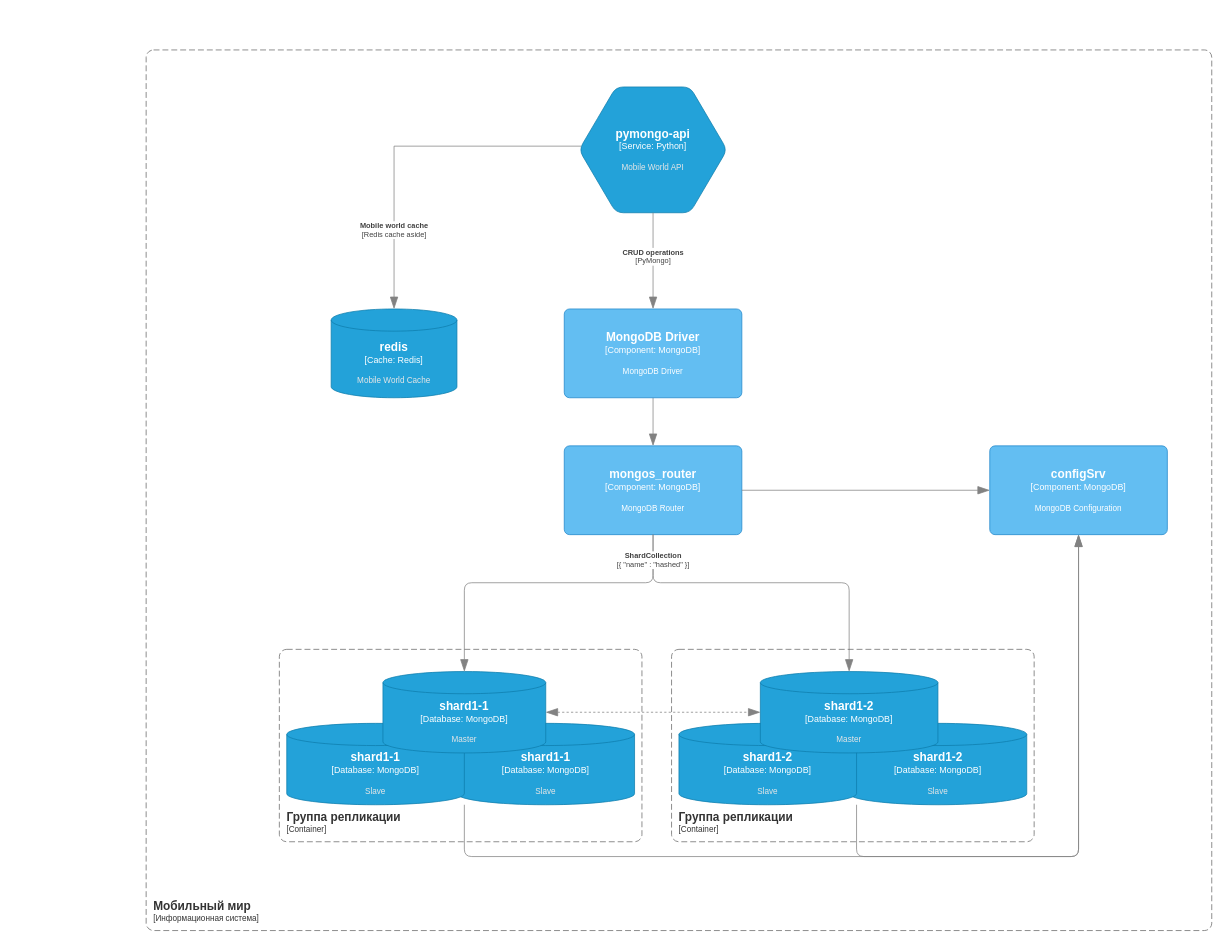
Above: page "[3] Sharding + Replication+Cache" (1 of 4) of docs/sprint4.drawio in Porokhnin/architecture-pro-black_friday (draw.io), before the change. Source tidied: cells renumbered, new cells numbered last; positions are measured from the earlier drawing's top-left corner, leaving out a move shared by most shapes. Both pictures are drawn from the tidied source at 74%, with x=0, y=0 at pixel (146, 50).
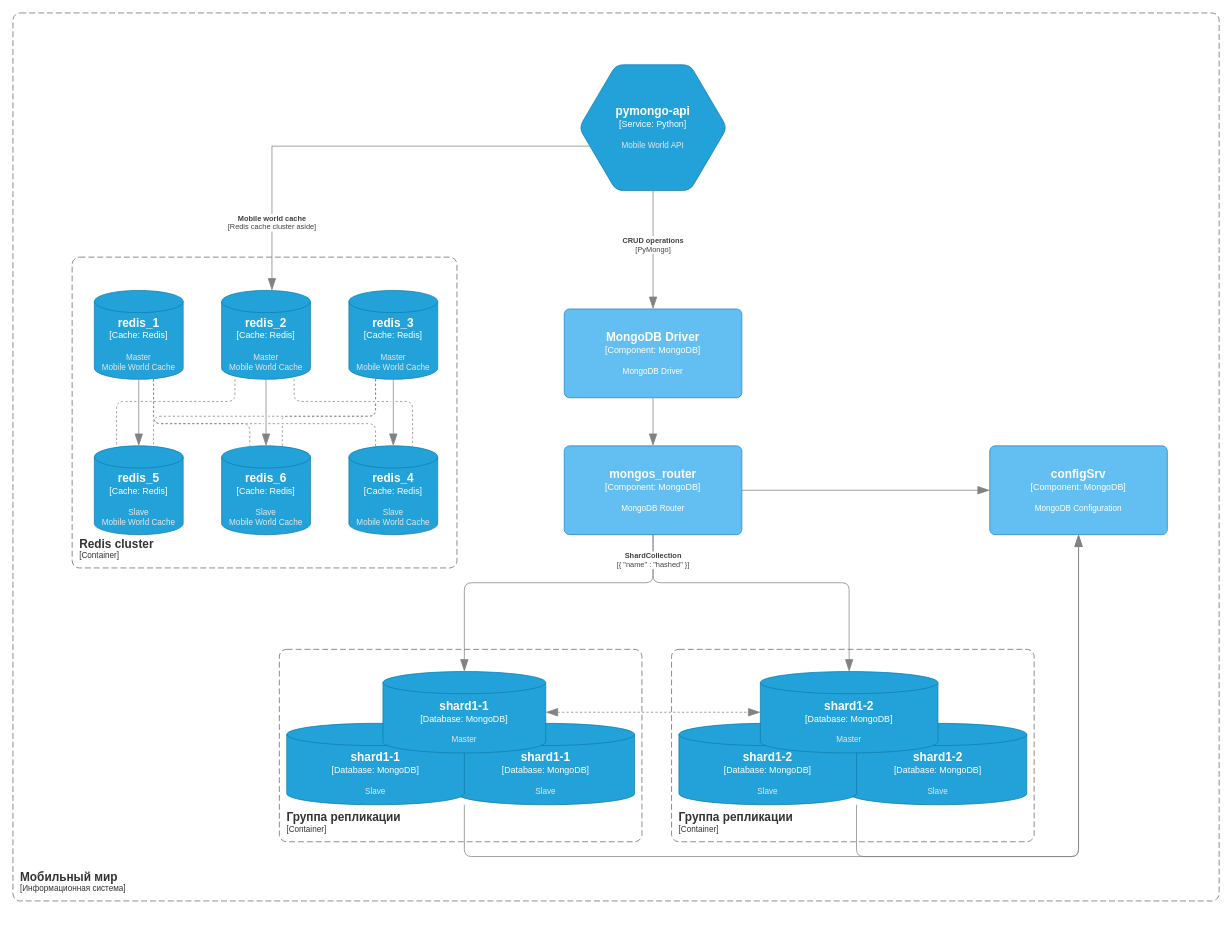
After the change.

Commit message:
Задание 4. Кеширование. Доработки отображения кластера

The edit, as a diff of the source:
```diff
@@
     <object id="2" label="&lt;font style=&quot;font-size: 16px&quot;&gt;&lt;b&gt;&lt;div style=&quot;text-align: left&quot;&gt;%c4Name%&lt;/div&gt;&lt;/b&gt;&lt;/font&gt;&lt;div style=&quot;text-align: left&quot;&gt;[%c4Application%]&lt;/div&gt;" c4Application="Информационная система" c4Name="Мобильный мир" placeholders="1">
       <mxCell style="rounded=1;fontSize=11;whiteSpace=wrap;html=1;dashed=1;arcSize=20;fillColor=none;strokeColor=#666666;fontColor=#333333;labelBackgroundColor=none;align=left;verticalAlign=bottom;labelBorderColor=none;spacingTop=0;spacing=10;dashPattern=8 4;perimeter=rectanglePerimeter;noLabel=0;labelPadding=0;absoluteArcSize=1;" parent="1" vertex="1">
-        <mxGeometry width="1440" height="1190" as="geometry" />
+        <mxGeometry x="-180" y="-50" width="1630" height="1200" as="geometry" />
       </mxCell>
     </object>
     <object id="3" label="&lt;font style=&quot;font-size: 16px&quot;&gt;&lt;b&gt;%c4Name%&lt;/b&gt;&lt;/font&gt;&lt;div&gt;[%c4Type%:&amp;nbsp;%c4Technology%]&lt;/div&gt;&lt;br&gt;&lt;div&gt;&lt;font style=&quot;font-size: 11px&quot;&gt;&lt;font color=&quot;#E6E6E6&quot;&gt;%c4Description%&lt;/font&gt;&lt;/div&gt;" c4Description="Mobile World API" c4Name="pymongo-api" c4Technology="Python" c4Type="Service" placeholders="1">
       <mxCell style="shape=hexagon;size=50;perimeter=hexagonPerimeter2;whiteSpace=wrap;html=1;fixedSize=1;rounded=1;labelBackgroundColor=none;fillColor=#23A2D9;fontSize=12;fontColor=#ffffff;align=center;strokeColor=#0E7DAD;points=[[0.5,0,0],[1,0.25,0],[1,0.5,0],[1,0.75,0],[0.5,1,0],[0,0.75,0],[0,0.5,0],[0,0.25,0]];" parent="1" vertex="1">
-        <mxGeometry x="585" y="50" width="200" height="170" as="geometry" />
+        <mxGeometry x="585" y="20" width="200" height="170" as="geometry" />
       </mxCell>
     </object>
@@
-    <object id="22" label="&lt;div style=&quot;text-align: left&quot;&gt;&lt;div style=&quot;text-align: center&quot;&gt;&lt;b&gt;%c4Description%&lt;/b&gt;&lt;/div&gt;&lt;div style=&quot;text-align: center&quot;&gt;[%c4Technology%]&lt;/div&gt;&lt;/div&gt;" c4Description="Mobile world cache" c4Technology="Redis cache aside" placeholders="1">
-      <mxCell style="endArrow=blockThin;html=1;fontSize=10;fontColor=#404040;strokeWidth=1;endFill=1;strokeColor=#828282;elbow=vertical;endSize=14;startSize=14;jumpStyle=arc;jumpSize=16;rounded=0;edgeStyle=orthogonalEdgeStyle;" parent="1" edge="1" source="3" target="23">
-        <mxGeometry x="0.55" relative="1" as="geometry">
-          <Array as="points">
-            <mxPoint x="335" y="130" />
-          </Array>
-          <mxPoint y="-1" as="offset" />
-        </mxGeometry>
-      </mxCell>
-    </object>
-    <object id="23" label="&lt;font style=&quot;font-size: 16px&quot;&gt;&lt;b&gt;%c4Name%&lt;/b&gt;&lt;/font&gt;&lt;div&gt;[%c4Type%:&amp;nbsp;%c4Technology%]&lt;/div&gt;&lt;br&gt;&lt;div&gt;&lt;font style=&quot;font-size: 11px&quot;&gt;&lt;font color=&quot;#E6E6E6&quot;&gt;%c4Description%&lt;/font&gt;&lt;/div&gt;" c4Description="Mobile World Cache" c4Name="redis" c4Technology="Redis" c4Type="Cache" placeholders="1">
+    <object id="23" label="&lt;font style=&quot;font-size: 16px&quot;&gt;&lt;b&gt;%c4Name%&lt;/b&gt;&lt;/font&gt;&lt;div&gt;[%c4Type%:&amp;nbsp;%c4Technology%]&lt;/div&gt;&lt;br&gt;&lt;div&gt;&lt;font style=&quot;font-size: 11px&quot;&gt;&lt;font color=&quot;#E6E6E6&quot;&gt;%c4Description%&lt;/font&gt;&lt;/div&gt;" c4Description="Master&#10;Mobile World Cache" c4Name="redis_1" c4Technology="Redis" c4Type="Cache" placeholders="1">
       <mxCell style="shape=cylinder3;size=15;whiteSpace=wrap;html=1;boundedLbl=1;rounded=0;labelBackgroundColor=none;fillColor=#23A2D9;fontSize=12;fontColor=#ffffff;align=center;strokeColor=#0E7DAD;points=[[0.5,0,0],[1,0.25,0],[1,0.5,0],[1,0.75,0],[0.5,1,0],[0,0.75,0],[0,0.5,0],[0,0.25,0]];" parent="1" vertex="1">
-        <mxGeometry x="250" y="350" width="170" height="120" as="geometry" />
+        <mxGeometry x="-70" y="325" width="120" height="120" as="geometry" />
       </mxCell>
     </object>
@@
+    <object id="27" label="&lt;font style=&quot;font-size: 16px&quot;&gt;&lt;b&gt;%c4Name%&lt;/b&gt;&lt;/font&gt;&lt;div&gt;[%c4Type%:&amp;nbsp;%c4Technology%]&lt;/div&gt;&lt;br&gt;&lt;div&gt;&lt;font style=&quot;font-size: 11px&quot;&gt;&lt;font color=&quot;#E6E6E6&quot;&gt;%c4Description%&lt;/font&gt;&lt;/div&gt;" c4Description="Master&#10;Mobile World Cache" c4Name="redis_3" c4Technology="Redis" c4Type="Cache" placeholders="1">
+      <mxCell style="shape=cylinder3;size=15;whiteSpace=wrap;html=1;boundedLbl=1;rounded=0;labelBackgroundColor=none;fillColor=#23A2D9;fontSize=12;fontColor=#ffffff;align=center;strokeColor=#0E7DAD;points=[[0.5,0,0],[1,0.25,0],[1,0.5,0],[1,0.75,0],[0.5,1,0],[0,0.75,0],[0,0.5,0],[0,0.25,0]];" parent="1" vertex="1">
+        <mxGeometry x="274" y="325" width="120" height="120" as="geometry" />
+      </mxCell>
+    </object>
+    <object id="28" label="&lt;font style=&quot;font-size: 16px&quot;&gt;&lt;b&gt;%c4Name%&lt;/b&gt;&lt;/font&gt;&lt;div&gt;[%c4Type%:&amp;nbsp;%c4Technology%]&lt;/div&gt;&lt;br&gt;&lt;div&gt;&lt;font style=&quot;font-size: 11px&quot;&gt;&lt;font color=&quot;#E6E6E6&quot;&gt;%c4Description%&lt;/font&gt;&lt;/div&gt;" c4Description="Master&#10;Mobile World Cache" c4Name="redis_2" c4Technology="Redis" c4Type="Cache" placeholders="1">
+      <mxCell style="shape=cylinder3;size=15;whiteSpace=wrap;html=1;boundedLbl=1;rounded=0;labelBackgroundColor=none;fillColor=#23A2D9;fontSize=12;fontColor=#ffffff;align=center;strokeColor=#0E7DAD;points=[[0.5,0,0],[1,0.25,0],[1,0.5,0],[1,0.75,0],[0.5,1,0],[0,0.75,0],[0,0.5,0],[0,0.25,0]];" parent="1" vertex="1">
+        <mxGeometry x="102" y="325" width="120" height="120" as="geometry" />
+      </mxCell>
+    </object>
+    <object id="22" label="&lt;div style=&quot;text-align: left&quot;&gt;&lt;div style=&quot;text-align: center&quot;&gt;&lt;b&gt;%c4Description%&lt;/b&gt;&lt;/div&gt;&lt;div style=&quot;text-align: center&quot;&gt;[%c4Technology%]&lt;/div&gt;&lt;/div&gt;" c4Description="Mobile world cache" c4Technology="Redis cache cluster aside" placeholders="1">
+      <mxCell style="endArrow=blockThin;html=1;fontSize=10;fontColor=#404040;strokeWidth=1;endFill=1;strokeColor=#828282;elbow=vertical;endSize=14;startSize=14;jumpStyle=arc;jumpSize=16;rounded=0;edgeStyle=orthogonalEdgeStyle;" parent="1" edge="1" source="3" target="28">
+        <mxGeometry x="0.71" relative="1" as="geometry">
+          <Array as="points">
+            <mxPoint x="170" y="130" />
+          </Array>
+          <mxPoint y="-1" as="offset" />
+        </mxGeometry>
+      </mxCell>
+    </object>
+    <object id="29" label="&lt;font style=&quot;font-size: 16px&quot;&gt;&lt;b&gt;%c4Name%&lt;/b&gt;&lt;/font&gt;&lt;div&gt;[%c4Type%:&amp;nbsp;%c4Technology%]&lt;/div&gt;&lt;br&gt;&lt;div&gt;&lt;font style=&quot;font-size: 11px&quot;&gt;&lt;font color=&quot;#E6E6E6&quot;&gt;%c4Description%&lt;/font&gt;&lt;/div&gt;" c4Description="Slave&#10;Mobile World Cache" c4Name="redis_5" c4Technology="Redis" c4Type="Cache" placeholders="1">
+      <mxCell style="shape=cylinder3;size=15;whiteSpace=wrap;html=1;boundedLbl=1;rounded=0;labelBackgroundColor=none;fillColor=#23A2D9;fontSize=12;fontColor=#ffffff;align=center;strokeColor=#0E7DAD;points=[[0.5,0,0],[1,0.25,0],[1,0.5,0],[1,0.75,0],[0.5,1,0],[0,0.75,0],[0,0.5,0],[0,0.25,0]];" parent="1" vertex="1">
+        <mxGeometry x="-70" y="535" width="120" height="120" as="geometry" />
+      </mxCell>
+    </object>
+    <object id="30" label="&lt;font style=&quot;font-size: 16px&quot;&gt;&lt;b&gt;%c4Name%&lt;/b&gt;&lt;/font&gt;&lt;div&gt;[%c4Type%:&amp;nbsp;%c4Technology%]&lt;/div&gt;&lt;br&gt;&lt;div&gt;&lt;font style=&quot;font-size: 11px&quot;&gt;&lt;font color=&quot;#E6E6E6&quot;&gt;%c4Description%&lt;/font&gt;&lt;/div&gt;" c4Description="Slave&#10;Mobile World Cache" c4Name="redis_6" c4Technology="Redis" c4Type="Cache" placeholders="1">
+      <mxCell style="shape=cylinder3;size=15;whiteSpace=wrap;html=1;boundedLbl=1;rounded=0;labelBackgroundColor=none;fillColor=#23A2D9;fontSize=12;fontColor=#ffffff;align=center;strokeColor=#0E7DAD;points=[[0.5,0,0],[1,0.25,0],[1,0.5,0],[1,0.75,0],[0.5,1,0],[0,0.75,0],[0,0.5,0],[0,0.25,0]];" parent="1" vertex="1">
+        <mxGeometry x="102" y="535" width="120" height="120" as="geometry" />
+      </mxCell>
+    </object>
+    <object id="31" label="&lt;font style=&quot;font-size: 16px&quot;&gt;&lt;b&gt;%c4Name%&lt;/b&gt;&lt;/font&gt;&lt;div&gt;[%c4Type%:&amp;nbsp;%c4Technology%]&lt;/div&gt;&lt;br&gt;&lt;div&gt;&lt;font style=&quot;font-size: 11px&quot;&gt;&lt;font color=&quot;#E6E6E6&quot;&gt;%c4Description%&lt;/font&gt;&lt;/div&gt;" c4Description="Slave&#10;Mobile World Cache" c4Name="redis_4" c4Technology="Redis" c4Type="Cache" placeholders="1">
+      <mxCell style="shape=cylinder3;size=15;whiteSpace=wrap;html=1;boundedLbl=1;rounded=0;labelBackgroundColor=none;fillColor=#23A2D9;fontSize=12;fontColor=#ffffff;align=center;strokeColor=#0E7DAD;points=[[0.5,0,0],[1,0.25,0],[1,0.5,0],[1,0.75,0],[0.5,1,0],[0,0.75,0],[0,0.5,0],[0,0.25,0]];" parent="1" vertex="1">
+        <mxGeometry x="274" y="535" width="120" height="120" as="geometry" />
+      </mxCell>
+    </object>
+    <mxCell id="32" style="edgeStyle=orthogonalEdgeStyle;rounded=1;jettySize=auto;html=1;curved=0;strokeColor=#828282;endArrow=blockThin;endFill=1;startSize=14;endSize=14;jumpStyle=gap;" parent="1" edge="1" source="23" target="29">
+      <mxGeometry relative="1" as="geometry" />
+    </mxCell>
+    <mxCell id="33" style="edgeStyle=orthogonalEdgeStyle;rounded=1;jettySize=auto;html=1;curved=0;strokeColor=#828282;endArrow=blockThin;endFill=1;startSize=14;endSize=14;jumpStyle=gap;" parent="1" edge="1" source="28" target="30">
+      <mxGeometry relative="1" as="geometry" />
+    </mxCell>
+    <mxCell id="34" style="edgeStyle=orthogonalEdgeStyle;rounded=1;jettySize=auto;html=1;curved=0;strokeColor=#828282;endArrow=blockThin;endFill=1;startSize=14;endSize=14;jumpStyle=gap;" parent="1" edge="1" source="27" target="31">
+      <mxGeometry relative="1" as="geometry" />
+    </mxCell>
+    <mxCell id="35" style="edgeStyle=orthogonalEdgeStyle;rounded=1;jettySize=auto;html=1;strokeColor=#828282;endArrow=none;endFill=0;startSize=14;endSize=14;jumpStyle=gap;dashed=1;" parent="1" edge="1" source="23" target="30">
+      <mxGeometry relative="1" as="geometry">
+        <Array as="points">
+          <mxPoint x="10" y="505" />
+          <mxPoint x="140" y="505" />
+        </Array>
+      </mxGeometry>
+    </mxCell>
+    <mxCell id="36" style="edgeStyle=orthogonalEdgeStyle;rounded=1;jettySize=auto;html=1;strokeColor=#828282;endArrow=none;endFill=0;startSize=14;endSize=14;jumpStyle=gap;dashed=1;" parent="1" edge="1" source="23" target="31">
+      <mxGeometry relative="1" as="geometry">
+        <Array as="points">
+          <mxPoint x="10" y="505" />
+          <mxPoint x="310" y="505" />
+        </Array>
+      </mxGeometry>
+    </mxCell>
+    <mxCell id="37" style="edgeStyle=orthogonalEdgeStyle;rounded=1;jettySize=auto;html=1;strokeColor=#828282;endArrow=none;endFill=0;startSize=14;endSize=14;jumpStyle=gap;dashed=1;" parent="1" edge="1" source="28" target="31">
+      <mxGeometry relative="1" as="geometry">
+        <Array as="points">
+          <mxPoint x="200" y="475" />
+          <mxPoint x="360" y="475" />
+        </Array>
+      </mxGeometry>
+    </mxCell>
+    <mxCell id="38" style="edgeStyle=orthogonalEdgeStyle;rounded=1;jettySize=auto;html=1;strokeColor=#828282;endArrow=none;endFill=0;startSize=14;endSize=14;jumpStyle=gap;dashed=1;" parent="1" edge="1" source="28" target="29">
+      <mxGeometry relative="1" as="geometry">
+        <Array as="points">
+          <mxPoint x="120" y="475" />
+          <mxPoint x="-40" y="475" />
+        </Array>
+      </mxGeometry>
+    </mxCell>
+    <mxCell id="39" style="edgeStyle=orthogonalEdgeStyle;rounded=1;jettySize=auto;html=1;strokeColor=#828282;endArrow=none;endFill=0;startSize=14;endSize=14;jumpStyle=gap;dashed=1;" parent="1" edge="1" source="27" target="29">
+      <mxGeometry relative="1" as="geometry">
+        <Array as="points">
+          <mxPoint x="310" y="495" />
+          <mxPoint x="10" y="495" />
+        </Array>
+      </mxGeometry>
+    </mxCell>
+    <mxCell id="40" style="edgeStyle=orthogonalEdgeStyle;rounded=1;jettySize=auto;html=1;strokeColor=#828282;endArrow=none;endFill=0;startSize=14;endSize=14;jumpStyle=gap;dashed=1;" parent="1" edge="1" source="27" target="30">
+      <mxGeometry relative="1" as="geometry">
+        <Array as="points">
+          <mxPoint x="310" y="495" />
+          <mxPoint x="184" y="495" />
+        </Array>
+      </mxGeometry>
+    </mxCell>
+    <object id="41" label="&lt;font style=&quot;font-size: 16px&quot;&gt;&lt;b&gt;&lt;div style=&quot;text-align: left&quot;&gt;%c4Name%&lt;/div&gt;&lt;/b&gt;&lt;/font&gt;&lt;div style=&quot;text-align: left&quot;&gt;[%c4Application%]&lt;/div&gt;" c4Application="Container" c4Name="Redis cluster" placeholders="1">
+      <mxCell style="rounded=1;fontSize=11;whiteSpace=wrap;html=1;dashed=1;arcSize=20;fillColor=none;strokeColor=#666666;fontColor=#333333;labelBackgroundColor=none;align=left;verticalAlign=bottom;labelBorderColor=none;spacingTop=0;spacing=10;dashPattern=8 4;perimeter=rectanglePerimeter;noLabel=0;labelPadding=0;absoluteArcSize=1;" parent="1" vertex="1">
+        <mxGeometry x="-100" y="280" width="520" height="420" as="geometry" />
+      </mxCell>
+    </object>
```
